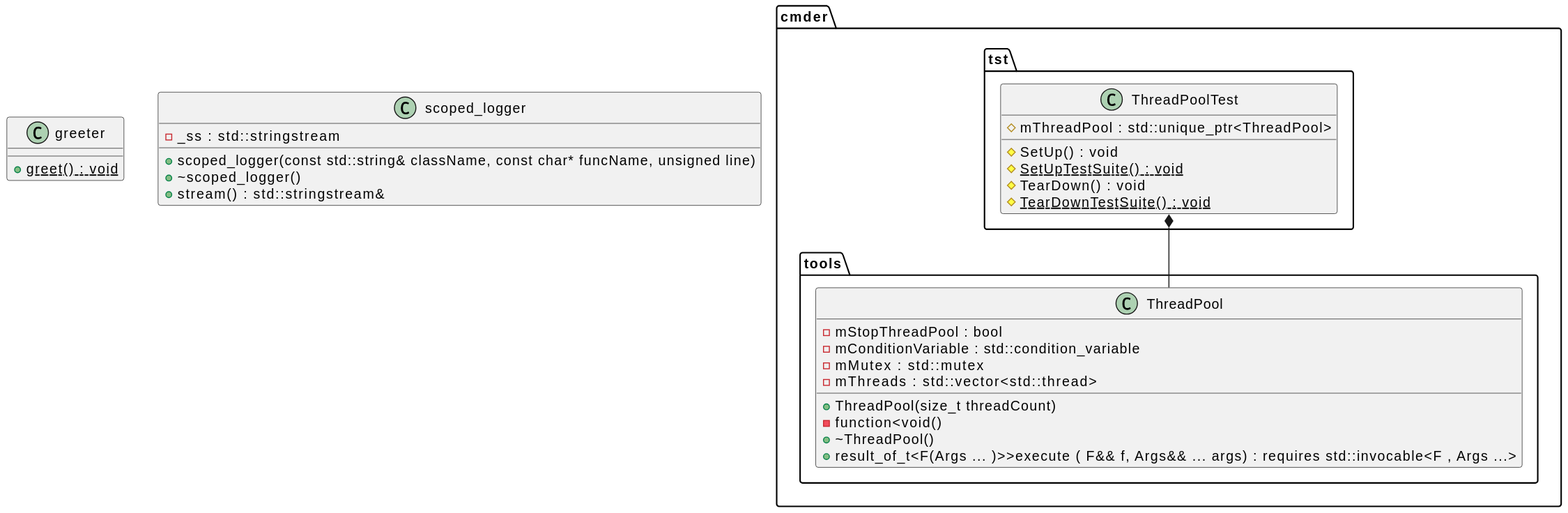
Before: doc/classdiagram.svg, a diagram exported from PlantUML (h6wk/Cmder2).
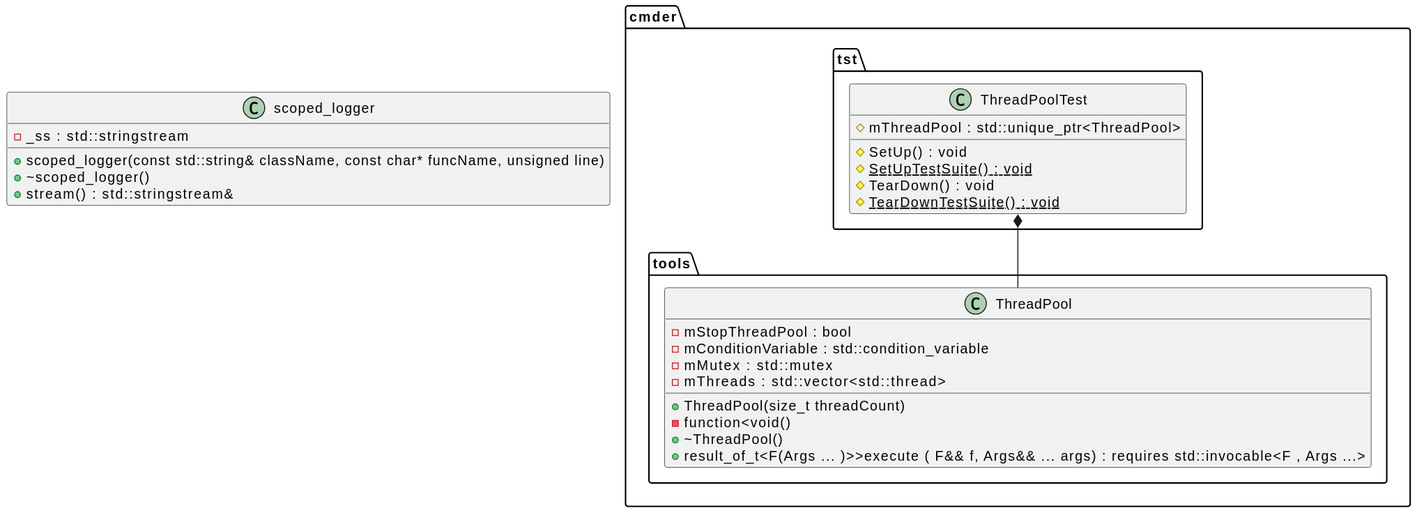
After the commit.

Commit message:
Remove greet.h and add package status snapshot

Diff of the diagram source:
```diff
@@ -1,9 +1,4 @@
 @startuml
-
-class greeter {
-	+{static} greet() : void
-}
-
 
 class scoped_logger {
 	+scoped_logger(const std::string& className, const char* funcName, unsigned line)
```
